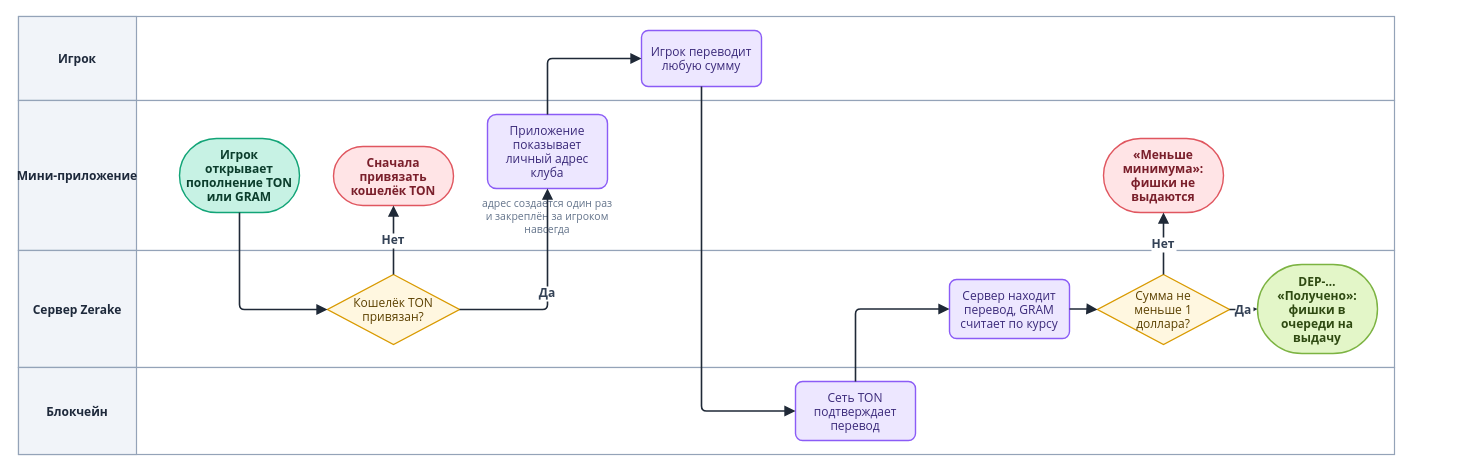
The draw.io diagram diagrams/drawio/deposit-personal.drawio in LILSUFFER/zerake-docs, before the edit. Source tidied: cells renumbered, new cells numbered last; positions are measured from the earlier drawing's top-left corner, leaving out a move shared by most shapes. Both pictures are drawn from the tidied source at 100%, with x=0, y=0 at pixel (18, 16).
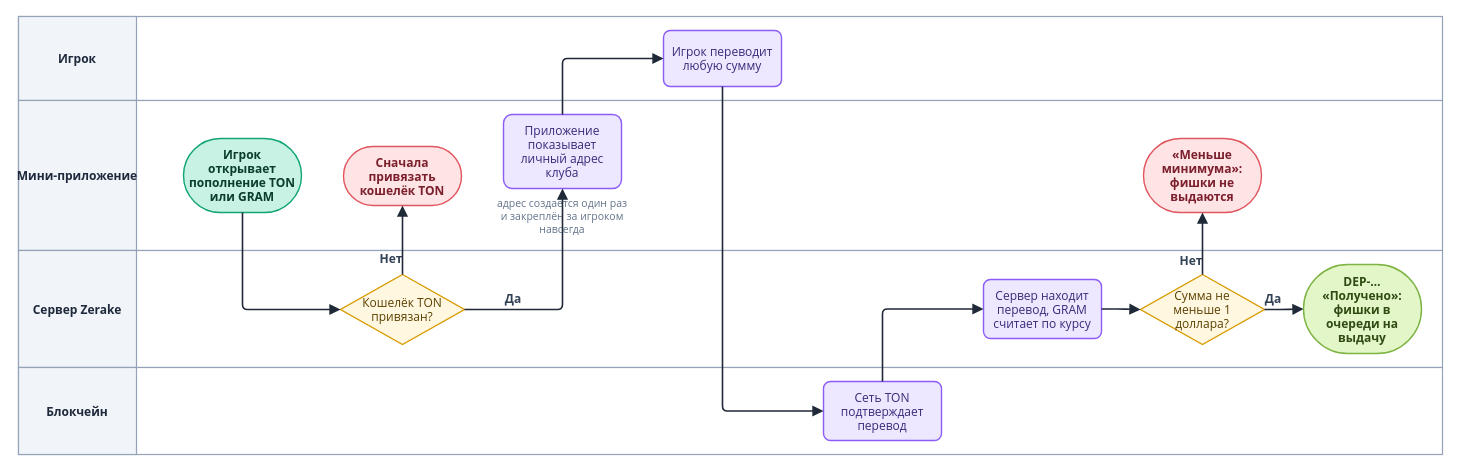
Above is the later version.

Diff of the diagram source:
```diff
@@
     <mxCell id="2" style="rounded=0;html=0;fillColor=#FFFFFF;strokeColor=#94A3B8;strokeWidth=1.2;" parent="1" vertex="1">
-      <mxGeometry width="1376" height="84" as="geometry" />
+      <mxGeometry width="1424" height="84" as="geometry" />
     </mxCell>
@@
     <mxCell id="4" style="rounded=0;html=0;fillColor=#FFFFFF;strokeColor=#94A3B8;strokeWidth=1.2;" parent="1" vertex="1">
-      <mxGeometry y="84" width="1376" height="150" as="geometry" />
+      <mxGeometry y="84" width="1424" height="150" as="geometry" />
     </mxCell>
@@
     <mxCell id="6" style="rounded=0;html=0;fillColor=#FFFFFF;strokeColor=#94A3B8;strokeWidth=1.2;" parent="1" vertex="1">
-      <mxGeometry y="234" width="1376" height="117" as="geometry" />
+      <mxGeometry y="234" width="1424" height="117" as="geometry" />
     </mxCell>
@@
     <mxCell id="8" style="rounded=0;html=0;fillColor=#FFFFFF;strokeColor=#94A3B8;strokeWidth=1.2;" parent="1" vertex="1">
-      <mxGeometry y="351" width="1376" height="87" as="geometry" />
+      <mxGeometry y="351" width="1424" height="87" as="geometry" />
     </mxCell>
@@
     <mxCell id="10" value="Игрок&#10;открывает&#10;пополнение TON&#10;или GRAM" style="rounded=1;arcSize=50;html=0;fontStyle=1;fillColor=#C7F2E4;strokeColor=#12A477;fontColor=#0B3D2C;fontFamily=Segoe UI;fontSize=12;strokeWidth=1.4;" parent="1" vertex="1">
-      <mxGeometry x="161" y="122" width="120" height="74" as="geometry" />
+      <mxGeometry x="165" y="122" width="118" height="74" as="geometry" />
     </mxCell>
     <mxCell id="11" value="Кошелёк TON&#10;привязан?" style="rhombus;html=0;fillColor=#FFF7E0;strokeColor=#D99A00;fontColor=#5C4100;fontFamily=Segoe UI;fontSize=12;strokeWidth=1.4;" parent="1" vertex="1">
-      <mxGeometry x="309" y="258" width="132" height="70" as="geometry" />
+      <mxGeometry x="322" y="258" width="124" height="70" as="geometry" />
     </mxCell>
     <mxCell id="12" value="Сначала&#10;привязать&#10;кошелёк TON" style="rounded=1;arcSize=50;html=0;fontStyle=1;fillColor=#FFE4E6;strokeColor=#E0565F;fontColor=#7A1F2B;fontFamily=Segoe UI;fontSize=12;strokeWidth=1.4;" parent="1" vertex="1">
-      <mxGeometry x="315" y="130" width="120" height="59" as="geometry" />
+      <mxGeometry x="325" y="130" width="118" height="59" as="geometry" />
     </mxCell>
     <mxCell id="13" value="адрес создаётся один раз&#10;и закреплён за игроком&#10;навсегда" style="text;html=0;align=center;verticalAlign=top;fontFamily=Segoe UI;fontSize=10.5;fontColor=#64748B;" parent="1" vertex="1">
-      <mxGeometry x="449" y="174" width="160" height="48" as="geometry" />
+      <mxGeometry x="465" y="174" width="158" height="48" as="geometry" />
     </mxCell>
     <mxCell id="14" value="Приложение&#10;показывает&#10;личный адрес&#10;клуба" style="rounded=1;arcSize=12;html=0;fillColor=#EDE7FF;strokeColor=#8B5CF6;fontColor=#3B2A7A;fontFamily=Segoe UI;fontSize=12;strokeWidth=1.4;" parent="1" vertex="1">
-      <mxGeometry x="469" y="98" width="120" height="74" as="geometry" />
+      <mxGeometry x="485" y="98" width="118" height="74" as="geometry" />
     </mxCell>
     <mxCell id="15" value="Игрок переводит&#10;любую сумму" style="rounded=1;arcSize=12;html=0;fillColor=#EDE7FF;strokeColor=#8B5CF6;fontColor=#3B2A7A;fontFamily=Segoe UI;fontSize=12;strokeWidth=1.4;" parent="1" vertex="1">
-      <mxGeometry x="623" y="14" width="120" height="56" as="geometry" />
+      <mxGeometry x="645" y="14" width="118" height="56" as="geometry" />
     </mxCell>
     <mxCell id="16" value="Сеть TON&#10;подтверждает&#10;перевод" style="rounded=1;arcSize=12;html=0;fillColor=#EDE7FF;strokeColor=#8B5CF6;fontColor=#3B2A7A;fontFamily=Segoe UI;fontSize=12;strokeWidth=1.4;" parent="1" vertex="1">
-      <mxGeometry x="777" y="365" width="120" height="59" as="geometry" />
+      <mxGeometry x="805" y="365" width="118" height="59" as="geometry" />
     </mxCell>
     <mxCell id="17" value="Сервер находит&#10;перевод, GRAM&#10;считает по курсу" style="rounded=1;arcSize=12;html=0;fillColor=#EDE7FF;strokeColor=#8B5CF6;fontColor=#3B2A7A;fontFamily=Segoe UI;fontSize=12;strokeWidth=1.4;" parent="1" vertex="1">
-      <mxGeometry x="931" y="263" width="120" height="59" as="geometry" />
+      <mxGeometry x="965" y="263" width="118" height="59" as="geometry" />
     </mxCell>
     <mxCell id="18" value="Сумма не&#10;меньше 1&#10;доллара?" style="rhombus;html=0;fillColor=#FFF7E0;strokeColor=#D99A00;fontColor=#5C4100;fontFamily=Segoe UI;fontSize=12;strokeWidth=1.4;" parent="1" vertex="1">
-      <mxGeometry x="1079" y="258" width="132" height="70" as="geometry" />
+      <mxGeometry x="1122" y="258" width="124" height="70" as="geometry" />
     </mxCell>
     <mxCell id="19" value="«Меньше&#10;минимума»:&#10;фишки не&#10;выдаются" style="rounded=1;arcSize=50;html=0;fontStyle=1;fillColor=#FFE4E6;strokeColor=#E0565F;fontColor=#7A1F2B;fontFamily=Segoe UI;fontSize=12;strokeWidth=1.4;" parent="1" vertex="1">
-      <mxGeometry x="1085" y="122" width="120" height="74" as="geometry" />
+      <mxGeometry x="1125" y="122" width="118" height="74" as="geometry" />
     </mxCell>
     <mxCell id="20" value="DEP-…&#10;«Получено»:&#10;фишки в&#10;очереди на&#10;выдачу" style="rounded=1;arcSize=50;html=0;fontStyle=1;fillColor=#E3F6C8;strokeColor=#7CB342;fontColor=#2F4A12;fontFamily=Segoe UI;fontSize=12;strokeWidth=1.4;" parent="1" vertex="1">
-      <mxGeometry x="1239" y="248" width="120" height="89" as="geometry" />
+      <mxGeometry x="1285" y="248" width="118" height="89" as="geometry" />
     </mxCell>
-    <mxCell id="21" style="edgeStyle=orthogonalEdgeStyle;rounded=1;arcSize=10;jettySize=auto;html=0;strokeColor=#1F2937;strokeWidth=1.6;endArrow=block;endFill=1;endSize=7;fontFamily=Segoe UI;fontSize=12;fontStyle=1;fontColor=#334155;labelBackgroundColor=#FFFFFF;exitX=0.5;exitY=1;entryX=0;entryY=0.5;" parent="1" edge="1" source="10" target="11">
+    <mxCell id="21" style="edgeStyle=orthogonalEdgeStyle;rounded=1;arcSize=10;jettySize=auto;html=0;strokeColor=#1F2937;strokeWidth=1.6;endArrow=block;endFill=1;endSize=7;fontFamily=Segoe UI;fontSize=12;fontStyle=1;fontColor=#334155;labelBackgroundColor=none;exitX=0.5;exitY=1;entryX=0;entryY=0.5;" parent="1" edge="1" source="10" target="11">
       <mxGeometry relative="1" as="geometry" />
     </mxCell>
-    <mxCell id="22" value="Нет" style="edgeStyle=orthogonalEdgeStyle;rounded=1;arcSize=10;jettySize=auto;html=0;strokeColor=#1F2937;strokeWidth=1.6;endArrow=block;endFill=1;endSize=7;fontFamily=Segoe UI;fontSize=12;fontStyle=1;fontColor=#334155;labelBackgroundColor=#FFFFFF;" parent="1" edge="1" source="11" target="12">
-      <mxGeometry relative="1" as="geometry" />
+    <mxCell id="22" value="Нет" style="edgeStyle=orthogonalEdgeStyle;rounded=1;arcSize=10;jettySize=auto;html=0;strokeColor=#1F2937;strokeWidth=1.6;endArrow=block;endFill=1;endSize=7;fontFamily=Segoe UI;fontSize=12;fontStyle=1;fontColor=#334155;labelBackgroundColor=none;" parent="1" edge="1" source="11" target="12">
+      <mxGeometry x="-0.55" y="11" relative="1" as="geometry" />
     </mxCell>
-    <mxCell id="23" value="Да" style="edgeStyle=orthogonalEdgeStyle;rounded=1;arcSize=10;jettySize=auto;html=0;strokeColor=#1F2937;strokeWidth=1.6;endArrow=block;endFill=1;endSize=7;fontFamily=Segoe UI;fontSize=12;fontStyle=1;fontColor=#334155;labelBackgroundColor=#FFFFFF;exitX=1;exitY=0.5;entryX=0.5;entryY=1;" parent="1" edge="1" source="11" target="14">
-      <mxGeometry relative="1" as="geometry" />
+    <mxCell id="23" value="Да" style="edgeStyle=orthogonalEdgeStyle;rounded=1;arcSize=10;jettySize=auto;html=0;strokeColor=#1F2937;strokeWidth=1.6;endArrow=block;endFill=1;endSize=7;fontFamily=Segoe UI;fontSize=12;fontStyle=1;fontColor=#334155;labelBackgroundColor=none;exitX=1;exitY=0.5;entryX=0.5;entryY=1;" parent="1" edge="1" source="11" target="14">
+      <mxGeometry x="-0.55" y="11" relative="1" as="geometry" />
     </mxCell>
-    <mxCell id="24" style="edgeStyle=orthogonalEdgeStyle;rounded=1;arcSize=10;jettySize=auto;html=0;strokeColor=#1F2937;strokeWidth=1.6;endArrow=block;endFill=1;endSize=7;fontFamily=Segoe UI;fontSize=12;fontStyle=1;fontColor=#334155;labelBackgroundColor=#FFFFFF;exitX=0.5;exitY=0;entryX=0;entryY=0.5;" parent="1" edge="1" source="14" target="15">
+    <mxCell id="24" style="edgeStyle=orthogonalEdgeStyle;rounded=1;arcSize=10;jettySize=auto;html=0;strokeColor=#1F2937;strokeWidth=1.6;endArrow=block;endFill=1;endSize=7;fontFamily=Segoe UI;fontSize=12;fontStyle=1;fontColor=#334155;labelBackgroundColor=none;exitX=0.5;exitY=0;entryX=0;entryY=0.5;" parent="1" edge="1" source="14" target="15">
       <mxGeometry relative="1" as="geometry" />
     </mxCell>
-    <mxCell id="25" style="edgeStyle=orthogonalEdgeStyle;rounded=1;arcSize=10;jettySize=auto;html=0;strokeColor=#1F2937;strokeWidth=1.6;endArrow=block;endFill=1;endSize=7;fontFamily=Segoe UI;fontSize=12;fontStyle=1;fontColor=#334155;labelBackgroundColor=#FFFFFF;exitX=0.5;exitY=1;entryX=0;entryY=0.5;" parent="1" edge="1" source="15" target="16">
+    <mxCell id="25" style="edgeStyle=orthogonalEdgeStyle;rounded=1;arcSize=10;jettySize=auto;html=0;strokeColor=#1F2937;strokeWidth=1.6;endArrow=block;endFill=1;endSize=7;fontFamily=Segoe UI;fontSize=12;fontStyle=1;fontColor=#334155;labelBackgroundColor=none;exitX=0.5;exitY=1;entryX=0;entryY=0.5;" parent="1" edge="1" source="15" target="16">
       <mxGeometry relative="1" as="geometry" />
     </mxCell>
-    <mxCell id="26" style="edgeStyle=orthogonalEdgeStyle;rounded=1;arcSize=10;jettySize=auto;html=0;strokeColor=#1F2937;strokeWidth=1.6;endArrow=block;endFill=1;endSize=7;fontFamily=Segoe UI;fontSize=12;fontStyle=1;fontColor=#334155;labelBackgroundColor=#FFFFFF;exitX=0.5;exitY=0;entryX=0;entryY=0.5;" parent="1" edge="1" source="16" target="17">
+    <mxCell id="26" style="edgeStyle=orthogonalEdgeStyle;rounded=1;arcSize=10;jettySize=auto;html=0;strokeColor=#1F2937;strokeWidth=1.6;endArrow=block;endFill=1;endSize=7;fontFamily=Segoe UI;fontSize=12;fontStyle=1;fontColor=#334155;labelBackgroundColor=none;exitX=0.5;exitY=0;entryX=0;entryY=0.5;" parent="1" edge="1" source="16" target="17">
       <mxGeometry relative="1" as="geometry" />
     </mxCell>
-    <mxCell id="27" style="edgeStyle=orthogonalEdgeStyle;rounded=1;arcSize=10;jettySize=auto;html=0;strokeColor=#1F2937;strokeWidth=1.6;endArrow=block;endFill=1;endSize=7;fontFamily=Segoe UI;fontSize=12;fontStyle=1;fontColor=#334155;labelBackgroundColor=#FFFFFF;" parent="1" edge="1" source="17" target="18">
+    <mxCell id="27" style="edgeStyle=orthogonalEdgeStyle;rounded=1;arcSize=10;jettySize=auto;html=0;strokeColor=#1F2937;strokeWidth=1.6;endArrow=block;endFill=1;endSize=7;fontFamily=Segoe UI;fontSize=12;fontStyle=1;fontColor=#334155;labelBackgroundColor=none;" parent="1" edge="1" source="17" target="18">
       <mxGeometry relative="1" as="geometry" />
     </mxCell>
-    <mxCell id="28" value="Нет" style="edgeStyle=orthogonalEdgeStyle;rounded=1;arcSize=10;jettySize=auto;html=0;strokeColor=#1F2937;strokeWidth=1.6;endArrow=block;endFill=1;endSize=7;fontFamily=Segoe UI;fontSize=12;fontStyle=1;fontColor=#334155;labelBackgroundColor=#FFFFFF;" parent="1" edge="1" source="18" target="19">
-      <mxGeometry relative="1" as="geometry" />
+    <mxCell id="28" value="Нет" style="edgeStyle=orthogonalEdgeStyle;rounded=1;arcSize=10;jettySize=auto;html=0;strokeColor=#1F2937;strokeWidth=1.6;endArrow=block;endFill=1;endSize=7;fontFamily=Segoe UI;fontSize=12;fontStyle=1;fontColor=#334155;labelBackgroundColor=none;" parent="1" edge="1" source="18" target="19">
+      <mxGeometry x="-0.55" y="11" relative="1" as="geometry" />
     </mxCell>
-    <mxCell id="29" value="Да" style="edgeStyle=orthogonalEdgeStyle;rounded=1;arcSize=10;jettySize=auto;html=0;strokeColor=#1F2937;strokeWidth=1.6;endArrow=block;endFill=1;endSize=7;fontFamily=Segoe UI;fontSize=12;fontStyle=1;fontColor=#334155;labelBackgroundColor=#FFFFFF;" parent="1" edge="1" source="18" target="20">
-      <mxGeometry relative="1" as="geometry" />
+    <mxCell id="29" value="Да" style="edgeStyle=orthogonalEdgeStyle;rounded=1;arcSize=10;jettySize=auto;html=0;strokeColor=#1F2937;strokeWidth=1.6;endArrow=block;endFill=1;endSize=7;fontFamily=Segoe UI;fontSize=12;fontStyle=1;fontColor=#334155;labelBackgroundColor=none;" parent="1" edge="1" source="18" target="20">
+      <mxGeometry x="-0.55" y="11" relative="1" as="geometry" />
     </mxCell>
```
